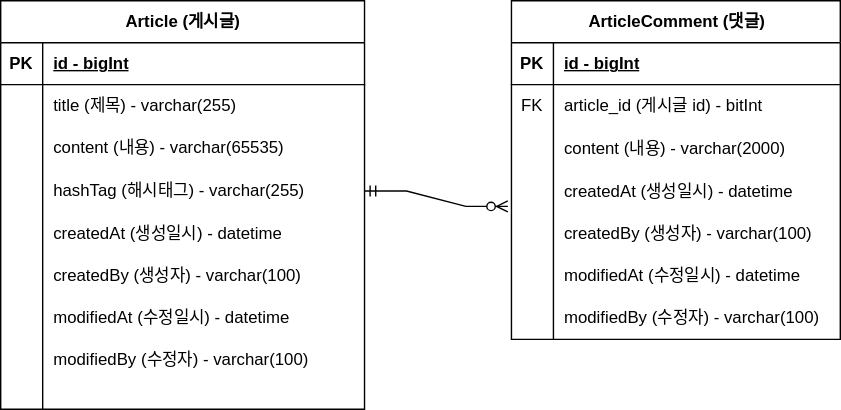
Earlier version of the draw.io export document/project-board-erd.svg (leejh7/springboot-project-board). Source tidied: cells renumbered, new cells last; positions are measured from the earlier drawing's top-left corner, leaving out a move shared by most shapes.
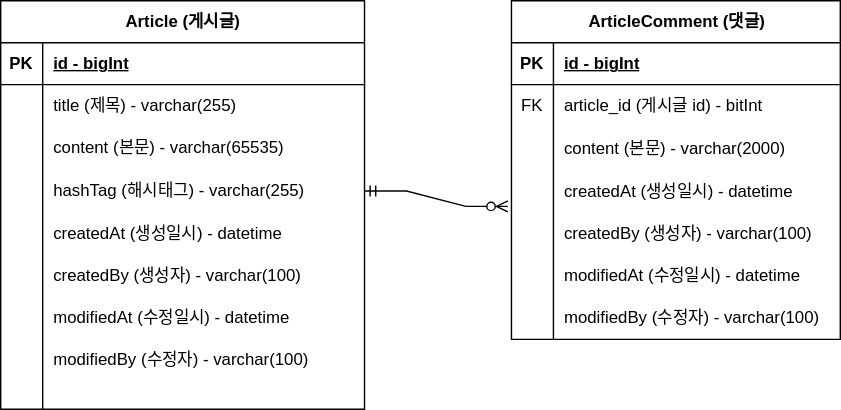
Later version of the same file.

Change to the diagram source:
```diff
@@ -29,7 +29,7 @@
     <mxCell id="10" style="shape=partialRectangle;fillColor=none;top=0;left=0;bottom=0;right=0;overflow=hidden;whiteSpace=wrap;html=1;" parent="9" vertex="1">
       <mxGeometry width="30" height="30" as="geometry" />
     </mxCell>
-    <mxCell id="11" value="content (내용) - varchar(65535)" style="shape=partialRectangle;fillColor=none;top=0;left=0;bottom=0;right=0;align=left;spacingLeft=6;overflow=hidden;whiteSpace=wrap;html=1;" parent="9" vertex="1">
+    <mxCell id="11" value="content (본문) - varchar(65535)" style="shape=partialRectangle;fillColor=none;top=0;left=0;bottom=0;right=0;align=left;spacingLeft=6;overflow=hidden;whiteSpace=wrap;html=1;" parent="9" vertex="1">
       <mxGeometry x="30" width="230" height="30" as="geometry" />
     </mxCell>
     <mxCell id="12" style="shape=tableRow;horizontal=0;startSize=0;swimlaneHead=0;swimlaneBody=0;fillColor=none;points=[[0,0.5],[1,0.5]];portConstraint=eastwest;top=0;left=0;right=0;bottom=0;" parent="2" vertex="1">
@@ -113,7 +113,7 @@
     <mxCell id="38" style="shape=partialRectangle;fillColor=none;top=0;left=0;bottom=0;right=0;overflow=hidden;whiteSpace=wrap;html=1;" parent="37" vertex="1">
       <mxGeometry width="30" height="32" as="geometry" />
     </mxCell>
-    <mxCell id="39" value="content (내용) - varchar(2000)" style="shape=partialRectangle;fillColor=none;top=0;left=0;bottom=0;right=0;align=left;spacingLeft=6;overflow=hidden;whiteSpace=wrap;html=1;" parent="37" vertex="1">
+    <mxCell id="39" value="content (본문) - varchar(2000)" style="shape=partialRectangle;fillColor=none;top=0;left=0;bottom=0;right=0;align=left;spacingLeft=6;overflow=hidden;whiteSpace=wrap;html=1;" parent="37" vertex="1">
       <mxGeometry x="30" width="205" height="32" as="geometry" />
     </mxCell>
     <mxCell id="40" style="shape=tableRow;horizontal=0;startSize=0;swimlaneHead=0;swimlaneBody=0;fillColor=none;points=[[0,0.5],[1,0.5]];portConstraint=eastwest;top=0;left=0;right=0;bottom=0;" parent="30" vertex="1">
```
